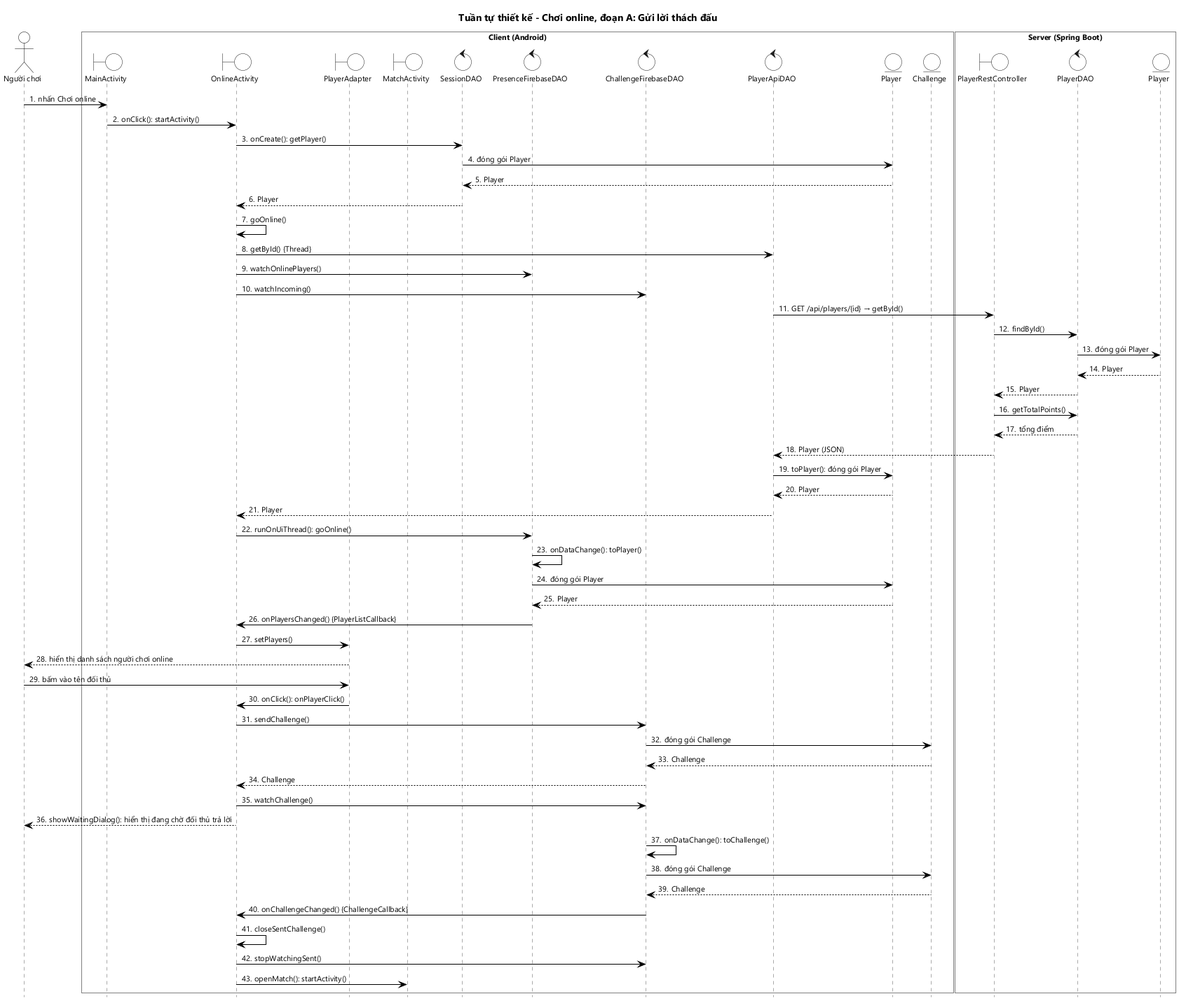
This is docs/hung/tuan-tu-thiet-ke-uc03a.png from HungNguyenBa1811/math-dash, a PlantUML export, as it was before one commit.
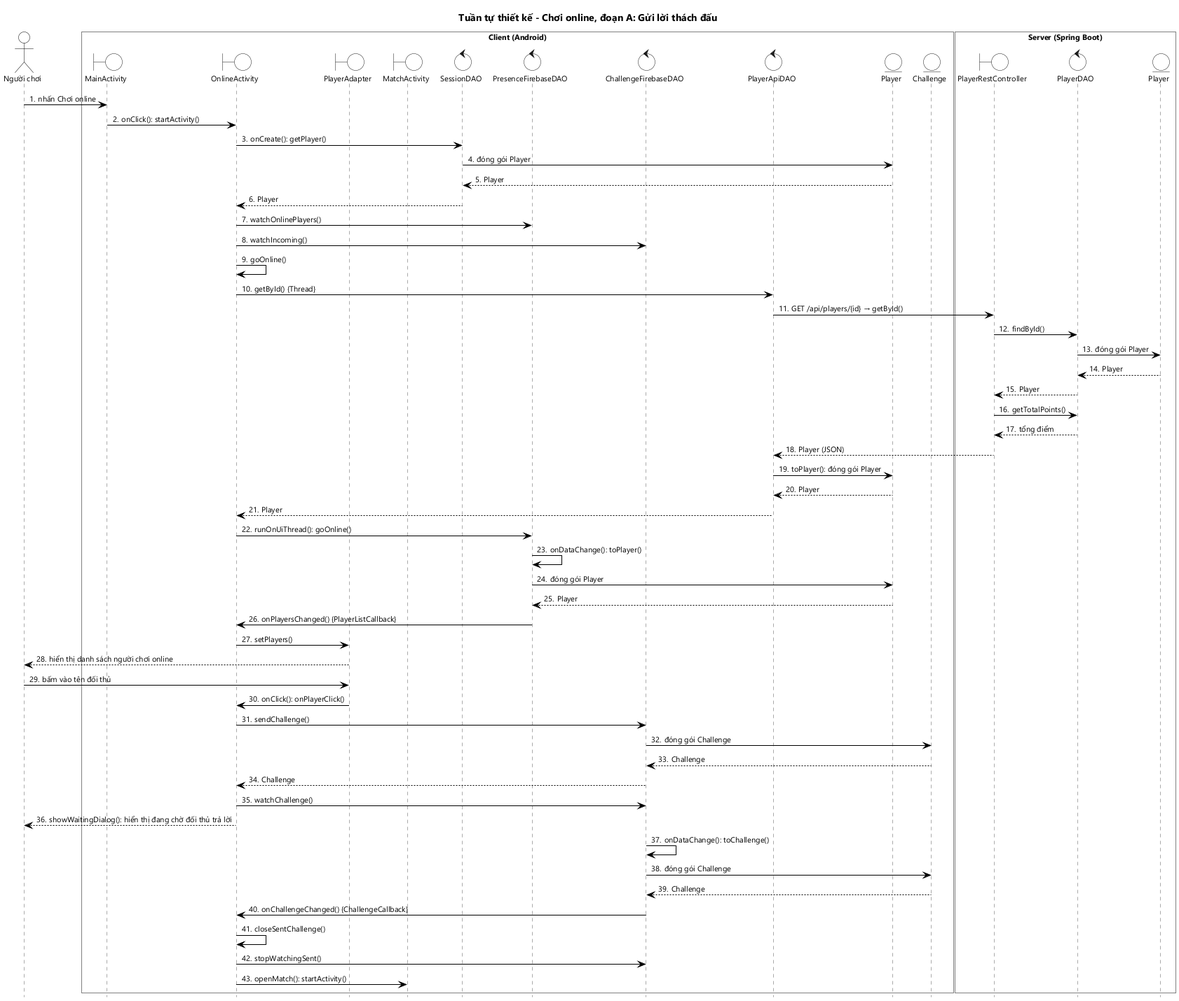
Above is the later version.

Change to the diagram source:
```diff
@@ -27,10 +27,10 @@
 SD -> P : đóng gói Player
 P --> SD : Player
 SD --> OA : Player
+OA -> PFD : watchOnlinePlayers()
+OA -> CFD : watchIncoming()
 OA -> OA : goOnline()
 OA -> PAD : getById() {Thread}
-OA -> PFD : watchOnlinePlayers()
-OA -> CFD : watchIncoming()
 PAD -> PRC : GET /api/players/{id} → getById()
 PRC -> PD : findById()
 PD -> SP : đóng gói Player
```
